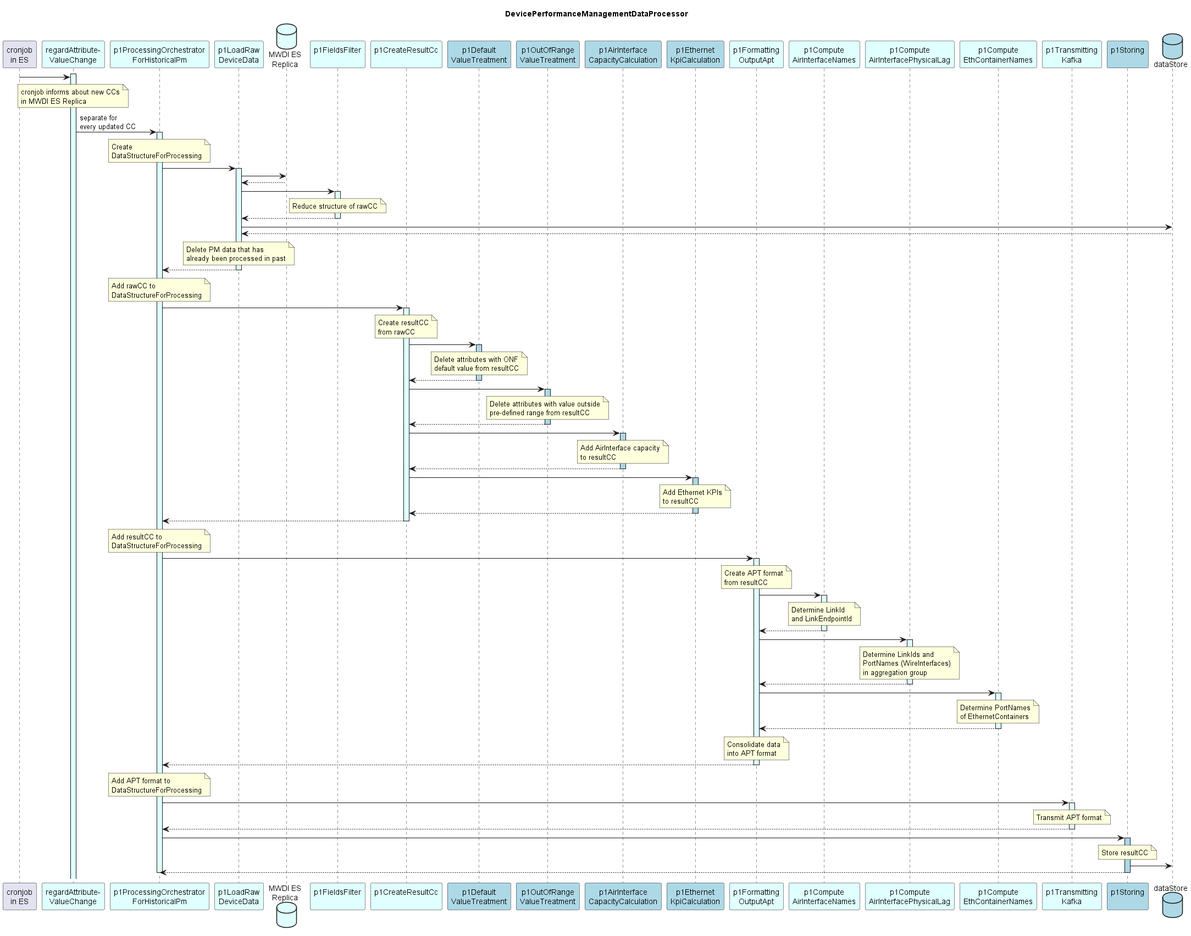
Above: spec/diagrams/hl_sequence.png in openBackhaul/DevicePerformanceManagementDataProcessor (PlantUML), before the change.
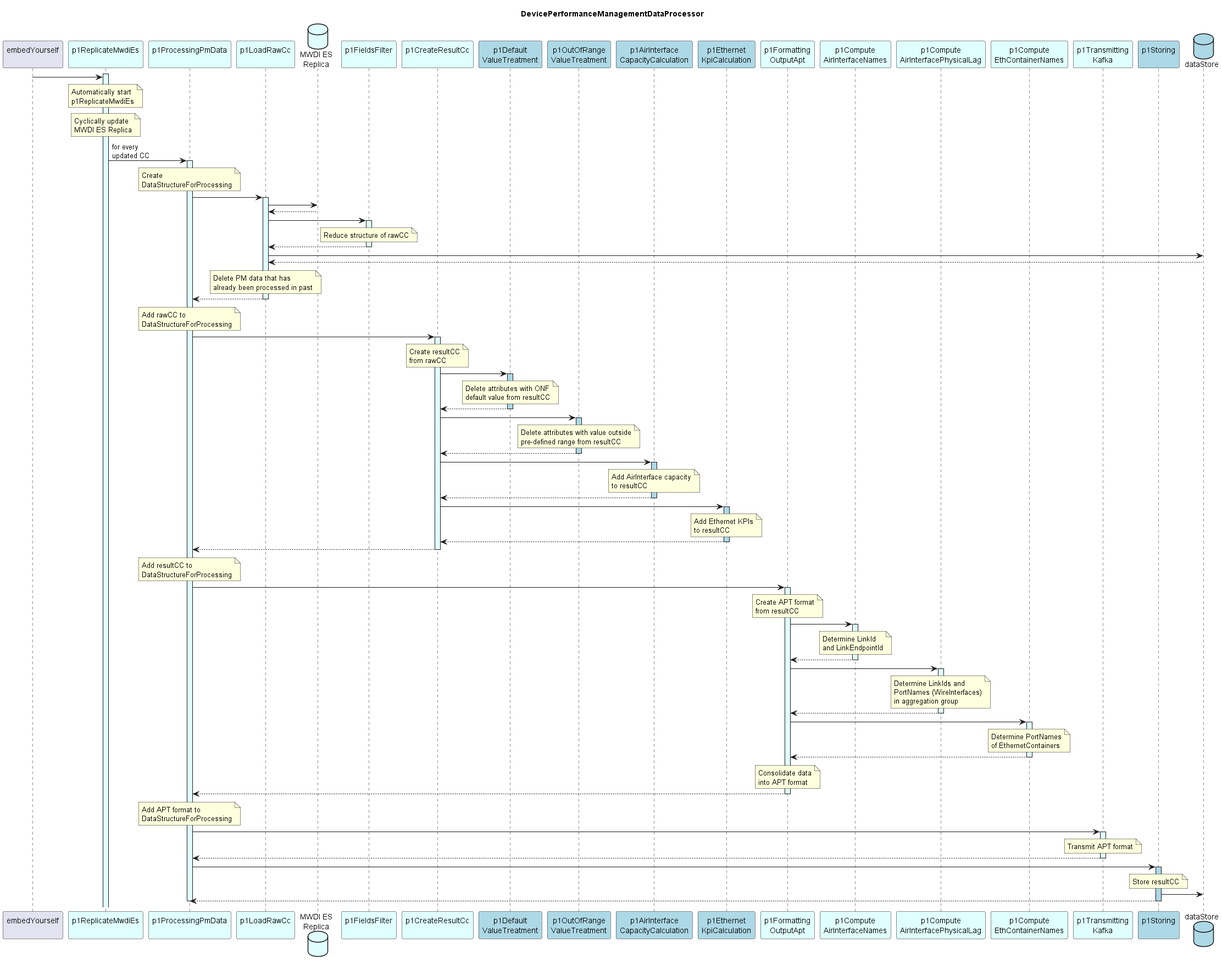
The same diagram one commit later.

Commit message:
Define p1ReplicateMwdiEs high level

The edit, as a diff of the source:
```diff
@@ -5,12 +5,12 @@
   DevicePerformanceManagementDataProcessor
 end title
 
-participant "cronjob\nin ES" as cjes
-participant "regardAttribute-\nValueChange" as rAVC #LightCyan
+participant "embedYourself\n" as embed
+participant "p1ReplicateMwdiEs\n" as p1RMWDI #LightCyan
 
-participant "p1ProcessingOrchestrator\nForHistoricalPm" as p1ProOrch #LightCyan
+participant "p1ProcessingPmData\n" as p1ProOrch #LightCyan
 
-participant "p1LoadRaw\nDeviceData" as p1AddRaw #LightCyan
+participant "p1LoadRawCc\n" as p1AddRaw #LightCyan
 database  "MWDI ES\nReplica" as MwdiEs #LightCyan
 participant "p1FieldsFilter\n" as p1FF #LightCyan
 
@@ -32,15 +32,21 @@
 database "dataStore" as db #LightBlue
 
 
-activate rAVC #LightCyan
+activate p1RMWDI #LightCyan
 
-cjes -> rAVC
-note over rAVC
-  cronjob informs about new CCs
-  in MWDI ES Replica
+embed -> p1RMWDI
+
+note over p1RMWDI
+  Automatically start
+  p1ReplicateMwdiEs
 end note
 
-rAVC -> p1ProOrch : separate for\nevery updated CC
+note over p1RMWDI
+  Cyclically update
+  MWDI ES Replica
+end note
+
+p1RMWDI -> p1ProOrch : for every\nupdated CC
 activate p1ProOrch #LightCyan
 
   note over p1ProOrch
```
